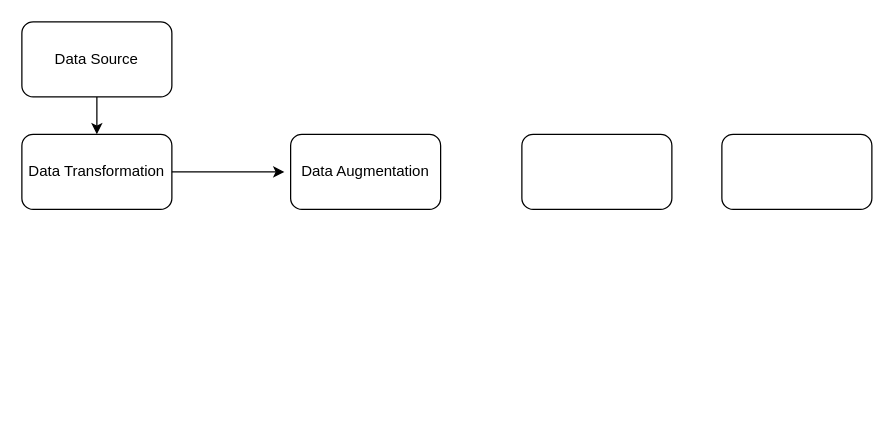
Earlier version of the draw.io diagram GAN_Architecture.dio (fredericosantos/nova_ims_DL). Source tidied: cells renumbered, new cells numbered last; positions are measured from the earlier drawing's top-left corner, leaving out a move shared by most shapes. Both pictures are drawn from the tidied source at 125%, with x=0, y=0 at pixel (21, 21).
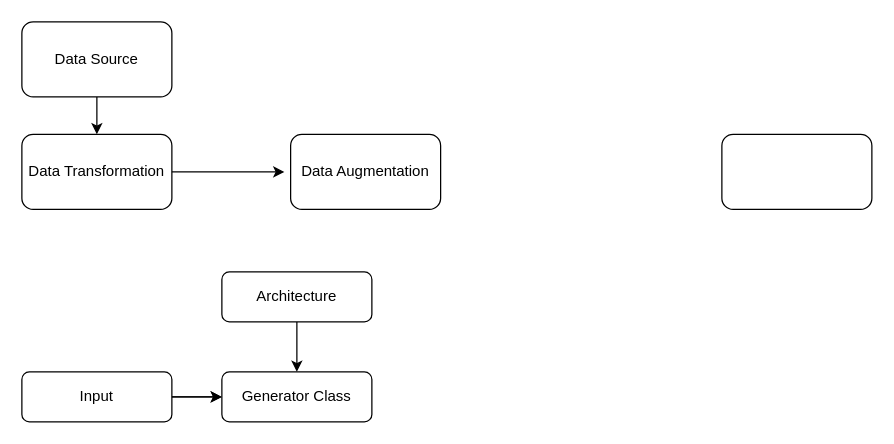
The same page after the edit.

Diff of the diagram source:
```diff
@@
 <mxGraphModel background="#ffffff">
   <root>
     <mxCell id="0" />
     <mxCell id="1" parent="0" />
     <mxCell id="2" value="Data Transformation" style="rounded=1;whiteSpace=wrap;html=1;" parent="1" vertex="1">
       <mxGeometry y="90" width="120" height="60" as="geometry" />
     </mxCell>
     <mxCell id="3" value="Data Augmentation" style="rounded=1;whiteSpace=wrap;html=1;" parent="1" vertex="1">
       <mxGeometry x="215" y="90" width="120" height="60" as="geometry" />
     </mxCell>
     <mxCell id="4" style="endArrow=classic;html=1;exitX=1;exitY=0.5;" parent="1" edge="1" source="2">
       <mxGeometry relative="1" as="geometry">
         <mxPoint x="210" y="120" as="targetPoint" />
       </mxGeometry>
     </mxCell>
     <mxCell id="5" value="Data Source" style="rounded=1;whiteSpace=wrap;html=1;" parent="1" vertex="1">
       <mxGeometry width="120" height="60" as="geometry" />
     </mxCell>
     <mxCell id="6" style="endArrow=classic;html=1;entryX=0.5;entryY=0;exitX=0.5;exitY=1;" parent="1" edge="1" source="5" target="2">
       <mxGeometry relative="1" as="geometry" />
     </mxCell>
-    <mxCell id="7" style="rounded=1;whiteSpace=wrap;html=1;" parent="1" vertex="1">
-      <mxGeometry x="400" y="90" width="120" height="60" as="geometry" />
+    <mxCell id="7" value="Generator Class" style="rounded=1;whiteSpace=wrap;html=1;" parent="1" vertex="1">
+      <mxGeometry x="160" y="280" width="120" height="40" as="geometry" />
     </mxCell>
     <mxCell id="8" style="rounded=1;whiteSpace=wrap;html=1;" parent="1" vertex="1">
       <mxGeometry x="560" y="90" width="120" height="60" as="geometry" />
     </mxCell>
+    <mxCell id="9" style="edgeStyle=orthogonalEdgeStyle;rounded=1;html=1;jettySize=auto;strokeColor=#000000;" parent="1" edge="1" source="10" target="7">
+      <mxGeometry relative="1" as="geometry" />
+    </mxCell>
+    <mxCell id="10" value="Input" style="rounded=1;whiteSpace=wrap;html=1;" parent="1" vertex="1">
+      <mxGeometry y="280" width="120" height="40" as="geometry" />
+    </mxCell>
+    <mxCell id="11" style="endArrow=classic;html=1;entryX=0;entryY=0.5;exitX=1;exitY=0.5;" parent="1" edge="1" source="10" target="7">
+      <mxGeometry relative="1" as="geometry" />
+    </mxCell>
+    <mxCell id="12" value="Architecture" style="rounded=1;whiteSpace=wrap;html=1;" parent="1" vertex="1">
+      <mxGeometry x="160" y="200" width="120" height="40" as="geometry" />
+    </mxCell>
+    <mxCell id="13" style="endArrow=classic;html=1;entryX=0.5;entryY=0;exitX=0.5;exitY=1;strokeColor=#000000;rounded=1;" parent="1" edge="1" source="12" target="7">
+      <mxGeometry relative="1" as="geometry">
+        <Array as="points">
+          <mxPoint x="220" y="260" />
+        </Array>
+      </mxGeometry>
+    </mxCell>
   </root>
 </mxGraphModel>
```
